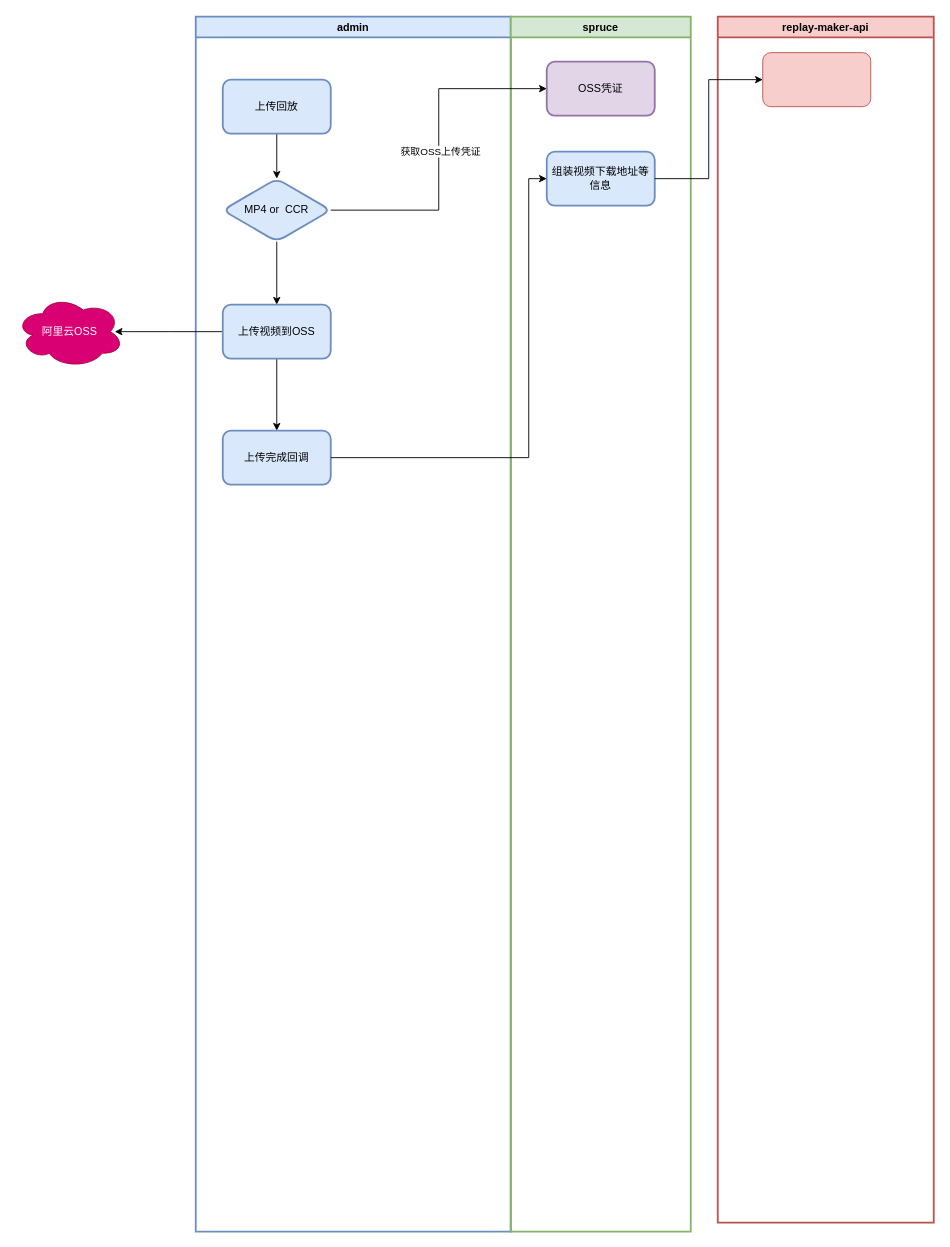
This is Untitled Diagram.drawio from pkx10086/diagram, a draw.io file, before an edit. Source tidied: cells renumbered, new cells numbered last; positions are measured from the earlier drawing's top-left corner, leaving out a move shared by most shapes. Both pictures are drawn from the tidied source at 90%, with x=0, y=0 at pixel (15, 16).
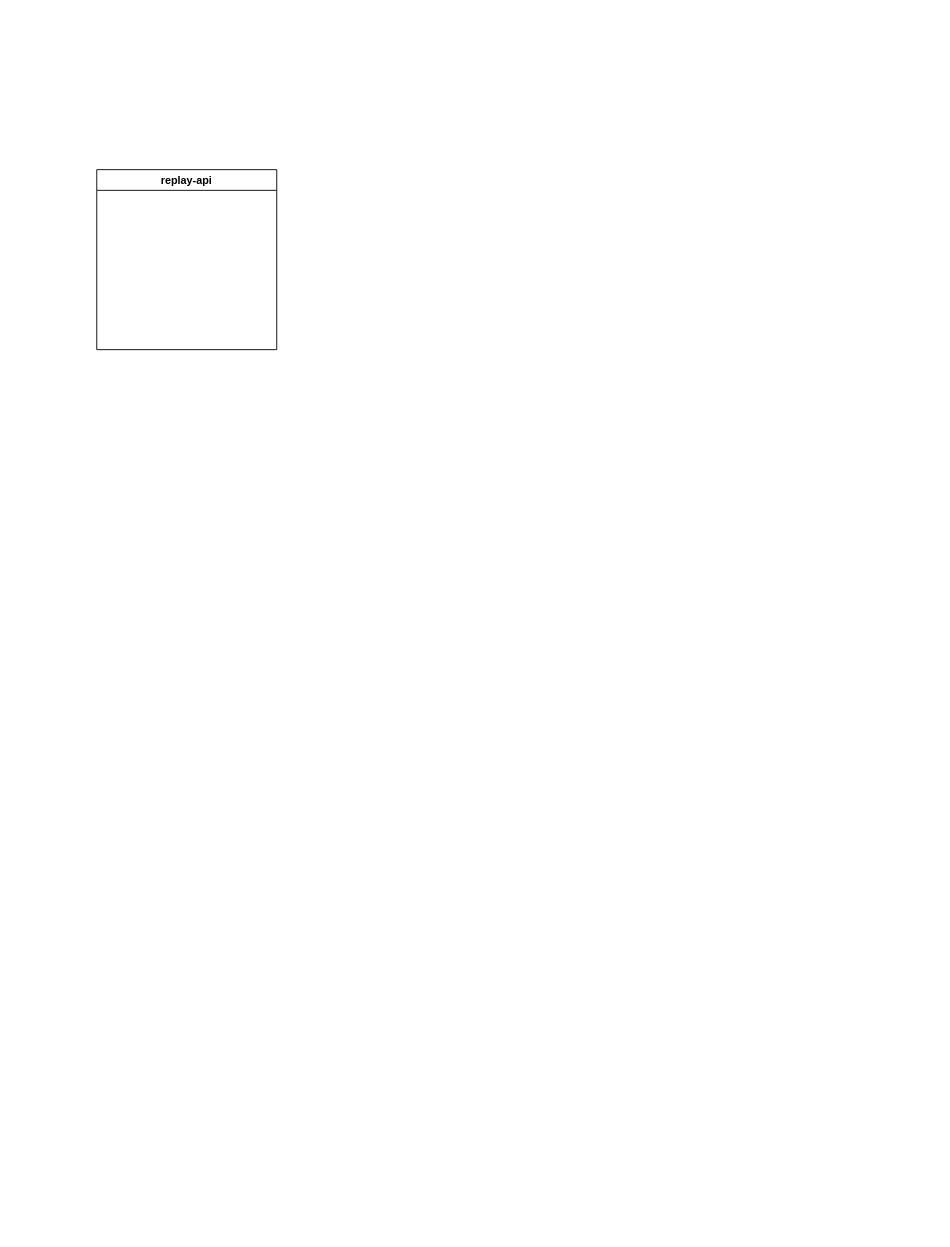
The same diagram, later.

Change to the diagram source:
```diff
@@
-    <mxCell id="2" value="admin" style="swimlane;whiteSpace=wrap;html=1;strokeWidth=2;fillColor=#dae8fc;strokeColor=#6c8ebf;" parent="1" vertex="1">
-      <mxGeometry x="200" width="350" height="1350" as="geometry" />
-    </mxCell>
-    <mxCell id="3" style="edgeStyle=orthogonalEdgeStyle;rounded=0;jettySize=auto;html=1;" parent="2" edge="1" source="4" target="6">
-      <mxGeometry relative="1" as="geometry" />
-    </mxCell>
-    <mxCell id="4" value="上传回放" style="rounded=1;whiteSpace=wrap;html=1;strokeWidth=2;fillColor=#dae8fc;strokeColor=#6c8ebf;" parent="2" vertex="1">
-      <mxGeometry x="30" y="70" width="120" height="60" as="geometry" />
-    </mxCell>
-    <mxCell id="5" style="edgeStyle=orthogonalEdgeStyle;rounded=0;jettySize=auto;html=1;" parent="2" edge="1" source="6" target="9">
-      <mxGeometry relative="1" as="geometry" />
-    </mxCell>
-    <mxCell id="6" value="MP4 or&amp;nbsp; CCR" style="rhombus;whiteSpace=wrap;html=1;rounded=1;strokeWidth=2;fillColor=#dae8fc;strokeColor=#6c8ebf;" parent="2" vertex="1">
-      <mxGeometry x="30" y="180" width="120" height="70" as="geometry" />
-    </mxCell>
-    <mxCell id="7" style="edgeStyle=orthogonalEdgeStyle;rounded=0;jettySize=auto;html=1;" parent="2" edge="1" source="9">
-      <mxGeometry relative="1" as="geometry">
-        <mxPoint x="-90" y="350" as="targetPoint" />
-      </mxGeometry>
-    </mxCell>
-    <mxCell id="8" style="edgeStyle=orthogonalEdgeStyle;rounded=0;jettySize=auto;html=1;" parent="2" edge="1" source="9" target="10">
-      <mxGeometry relative="1" as="geometry" />
-    </mxCell>
-    <mxCell id="9" value="上传视频到OSS" style="whiteSpace=wrap;html=1;fillColor=#dae8fc;strokeColor=#6c8ebf;rounded=1;strokeWidth=2;" parent="2" vertex="1">
-      <mxGeometry x="30" y="320" width="120" height="60" as="geometry" />
-    </mxCell>
-    <mxCell id="10" value="上传完成回调" style="whiteSpace=wrap;html=1;fillColor=#dae8fc;strokeColor=#6c8ebf;rounded=1;strokeWidth=2;" parent="2" vertex="1">
-      <mxGeometry x="30" y="460" width="120" height="60" as="geometry" />
-    </mxCell>
-    <mxCell id="11" value="spruce" style="swimlane;whiteSpace=wrap;html=1;startSize=23;strokeWidth=2;fillColor=#d5e8d4;strokeColor=#82b366;" parent="1" vertex="1">
-      <mxGeometry x="550" width="200" height="1350" as="geometry" />
-    </mxCell>
-    <mxCell id="12" value="OSS凭证" style="rounded=1;whiteSpace=wrap;html=1;strokeWidth=2;fillColor=#e1d5e7;strokeColor=#9673a6;" parent="11" vertex="1">
-      <mxGeometry x="40" y="50" width="120" height="60" as="geometry" />
-    </mxCell>
-    <mxCell id="13" value="组装视频下载地址等信息" style="whiteSpace=wrap;html=1;fillColor=#dae8fc;strokeColor=#6c8ebf;rounded=1;strokeWidth=2;" parent="11" vertex="1">
-      <mxGeometry x="40" y="150" width="120" height="60" as="geometry" />
-    </mxCell>
-    <mxCell id="14" style="edgeStyle=orthogonalEdgeStyle;rounded=0;jettySize=auto;html=1;entryX=0;entryY=0.5;entryDx=0;entryDy=0;" parent="1" edge="1" source="6" target="12">
-      <mxGeometry relative="1" as="geometry" />
-    </mxCell>
-    <mxCell id="15" value="获取OSS上传凭证" style="edgeLabel;html=1;align=center;verticalAlign=middle;" parent="14" vertex="1">
-      <mxGeometry x="-0.01" y="-1" relative="1" as="geometry" />
-    </mxCell>
-    <mxCell id="16" value="阿里云OSS" style="ellipse;shape=cloud;whiteSpace=wrap;html=1;fillColor=#d80073;fontColor=#ffffff;strokeColor=#A50040;" parent="1" vertex="1">
-      <mxGeometry y="310" width="120" height="80" as="geometry" />
-    </mxCell>
-    <mxCell id="17" style="edgeStyle=orthogonalEdgeStyle;rounded=0;jettySize=auto;html=1;" parent="1" edge="1" source="10" target="13">
-      <mxGeometry relative="1" as="geometry">
-        <Array as="points">
-          <mxPoint x="570" y="490" />
-          <mxPoint x="570" y="180" />
-        </Array>
-      </mxGeometry>
-    </mxCell>
-    <mxCell id="18" value="replay-maker-api" style="swimlane;whiteSpace=wrap;html=1;strokeWidth=2;fillColor=#f8cecc;strokeColor=#b85450;" parent="1" vertex="1">
-      <mxGeometry x="780" width="240" height="1340" as="geometry" />
-    </mxCell>
-    <mxCell id="19" style="rounded=1;whiteSpace=wrap;html=1;fillColor=#f8cecc;strokeColor=#b85450;" parent="18" vertex="1">
-      <mxGeometry x="50" y="40" width="120" height="60" as="geometry" />
-    </mxCell>
-    <mxCell id="20" style="edgeStyle=orthogonalEdgeStyle;rounded=0;jettySize=auto;html=1;entryX=0;entryY=0.5;entryDx=0;entryDy=0;" parent="1" edge="1" source="13" target="19">
-      <mxGeometry relative="1" as="geometry" />
-    </mxCell>
+    <mxCell id="21" value="replay-api" style="swimlane;whiteSpace=wrap;html=1;" parent="1" vertex="1">
+      <mxGeometry x="90" y="170" width="200" height="200" as="geometry" />
+    </mxCell>
```
